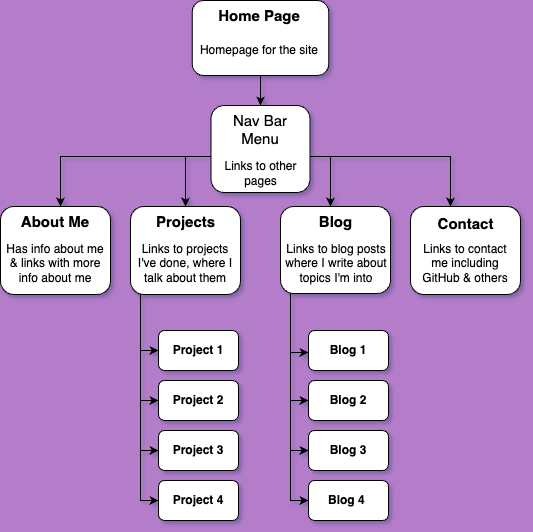
Earlier version of the draw.io export docs/Sitemap & Wireframes/T1A2_Portfolio Sitemap.png (k8-g/T1A2-Portfolio). Source tidied: cells renumbered, new cells last; positions are measured from the earlier drawing's top-left corner, leaving out a move shared by most shapes. Its diagram source:
```xml
<mxGraphModel background="#b47dca" shadow="1">
  <root>
    <mxCell id="0" />
    <mxCell id="1" parent="0" />
    <mxCell id="2" style="edgeStyle=orthogonalEdgeStyle;rounded=0;jettySize=auto;html=1;" parent="1" edge="1" source="5" target="6">
      <mxGeometry relative="1" as="geometry">
        <Array as="points">
          <mxPoint x="260" y="156" />
          <mxPoint x="60" y="156" />
        </Array>
      </mxGeometry>
    </mxCell>
    <mxCell id="3" style="edgeStyle=orthogonalEdgeStyle;rounded=0;jettySize=auto;html=1;" parent="1" edge="1" source="5" target="11">
      <mxGeometry relative="1" as="geometry">
        <Array as="points">
          <mxPoint x="260" y="156" />
          <mxPoint x="185" y="156" />
        </Array>
      </mxGeometry>
    </mxCell>
    <mxCell id="4" style="edgeStyle=orthogonalEdgeStyle;rounded=0;orthogonalLoop=1;jettySize=auto;html=1;" parent="1" edge="1">
      <mxGeometry relative="1" as="geometry">
        <mxPoint x="335" y="156" as="sourcePoint" />
        <mxPoint x="450" y="206" as="targetPoint" />
        <Array as="points">
          <mxPoint x="260" y="156" />
          <mxPoint x="450" y="156" />
        </Array>
      </mxGeometry>
    </mxCell>
    <mxCell id="5" value="&lt;h3&gt;&lt;br&gt;&lt;/h3&gt;" style="rounded=1;whiteSpace=wrap;html=1;" parent="1" vertex="1">
      <mxGeometry x="191.8" width="136.5" height="75" as="geometry" />
    </mxCell>
    <mxCell id="6" style="whiteSpace=wrap;html=1;rounded=1;" parent="1" vertex="1">
      <mxGeometry y="206" width="110" height="88" as="geometry" />
    </mxCell>
    <mxCell id="7" style="edgeStyle=orthogonalEdgeStyle;rounded=0;jettySize=auto;html=1;" parent="1" edge="1" source="11" target="24">
      <mxGeometry relative="1" as="geometry">
        <Array as="points">
          <mxPoint x="140" y="350" />
        </Array>
      </mxGeometry>
    </mxCell>
    <mxCell id="8" style="edgeStyle=orthogonalEdgeStyle;rounded=0;jettySize=auto;html=1;entryX=0;entryY=0.5;entryDx=0;entryDy=0;" parent="1" edge="1" source="11" target="23">
      <mxGeometry relative="1" as="geometry">
        <Array as="points">
          <mxPoint x="140" y="400" />
        </Array>
      </mxGeometry>
    </mxCell>
    <mxCell id="9" style="edgeStyle=orthogonalEdgeStyle;rounded=0;jettySize=auto;html=1;entryX=0;entryY=0.5;entryDx=0;entryDy=0;" parent="1" edge="1" source="11" target="25">
      <mxGeometry relative="1" as="geometry">
        <Array as="points">
          <mxPoint x="140" y="450" />
        </Array>
      </mxGeometry>
    </mxCell>
    <mxCell id="10" style="edgeStyle=orthogonalEdgeStyle;rounded=0;jettySize=auto;html=1;entryX=0;entryY=0.5;entryDx=0;entryDy=0;" parent="1" edge="1" source="11" target="26">
      <mxGeometry relative="1" as="geometry">
        <Array as="points">
          <mxPoint x="140" y="500" />
        </Array>
      </mxGeometry>
    </mxCell>
    <mxCell id="11" style="whiteSpace=wrap;html=1;rounded=1;" parent="1" vertex="1">
      <mxGeometry x="130" y="206" width="110" height="88" as="geometry" />
    </mxCell>
    <mxCell id="12" style="whiteSpace=wrap;html=1;rounded=1;" parent="1" vertex="1">
      <mxGeometry x="410" y="206" width="110" height="88" as="geometry" />
    </mxCell>
    <mxCell id="13" style="edgeStyle=orthogonalEdgeStyle;rounded=0;jettySize=auto;html=1;" parent="1" edge="1" source="5">
      <mxGeometry relative="1" as="geometry">
        <mxPoint x="260" y="136" as="targetPoint" />
      </mxGeometry>
    </mxCell>
    <mxCell id="14" style="edgeStyle=orthogonalEdgeStyle;rounded=0;jettySize=auto;html=1;" parent="1" edge="1" source="5">
      <mxGeometry relative="1" as="geometry">
        <mxPoint x="260" y="136" as="targetPoint" />
      </mxGeometry>
    </mxCell>
    <mxCell id="15" style="edgeStyle=orthogonalEdgeStyle;rounded=0;jettySize=auto;html=1;" parent="1" edge="1" source="5">
      <mxGeometry relative="1" as="geometry">
        <mxPoint x="260" y="136" as="targetPoint" />
      </mxGeometry>
    </mxCell>
    <mxCell id="16" style="edgeStyle=orthogonalEdgeStyle;rounded=0;jettySize=auto;html=1;" parent="1" edge="1" source="5" target="18">
      <mxGeometry relative="1" as="geometry" />
    </mxCell>
    <mxCell id="17" style="edgeStyle=orthogonalEdgeStyle;rounded=0;jettySize=auto;html=1;" parent="1" edge="1" source="18" target="22">
      <mxGeometry relative="1" as="geometry">
        <Array as="points">
          <mxPoint x="330" y="156" />
        </Array>
      </mxGeometry>
    </mxCell>
    <mxCell id="18" style="rounded=1;whiteSpace=wrap;html=1;" parent="1" vertex="1">
      <mxGeometry x="210.5" y="105" width="99" height="87" as="geometry" />
    </mxCell>
    <mxCell id="19" style="edgeStyle=orthogonalEdgeStyle;rounded=0;jettySize=auto;html=1;entryX=0;entryY=0.5;entryDx=0;entryDy=0;" parent="1" edge="1" source="22" target="30">
      <mxGeometry relative="1" as="geometry">
        <Array as="points">
          <mxPoint x="290" y="500" />
        </Array>
      </mxGeometry>
    </mxCell>
    <mxCell id="20" style="edgeStyle=orthogonalEdgeStyle;rounded=0;jettySize=auto;html=1;entryX=0;entryY=0.5;entryDx=0;entryDy=0;" parent="1" edge="1" source="22" target="29">
      <mxGeometry relative="1" as="geometry">
        <Array as="points">
          <mxPoint x="290" y="450" />
        </Array>
      </mxGeometry>
    </mxCell>
    <mxCell id="21" style="edgeStyle=orthogonalEdgeStyle;rounded=0;jettySize=auto;html=1;entryX=0;entryY=0.5;entryDx=0;entryDy=0;" parent="1" edge="1" source="22" target="27">
      <mxGeometry relative="1" as="geometry">
        <Array as="points">
          <mxPoint x="290" y="400" />
        </Array>
      </mxGeometry>
    </mxCell>
    <mxCell id="22" style="whiteSpace=wrap;html=1;rounded=1;" parent="1" vertex="1">
      <mxGeometry x="280" y="206" width="110" height="87" as="geometry" />
    </mxCell>
    <mxCell id="23" value="&lt;b&gt;Project 2&lt;/b&gt;" style="whiteSpace=wrap;html=1;rounded=1;" parent="1" vertex="1">
      <mxGeometry x="158" y="380" width="80" height="40" as="geometry" />
    </mxCell>
    <mxCell id="24" style="whiteSpace=wrap;html=1;rounded=1;" parent="1" vertex="1">
      <mxGeometry x="158" y="330" width="80" height="40" as="geometry" />
    </mxCell>
    <mxCell id="25" value="&lt;b&gt;Project 3&lt;/b&gt;" style="whiteSpace=wrap;html=1;rounded=1;" parent="1" vertex="1">
      <mxGeometry x="158" y="430" width="80" height="40" as="geometry" />
    </mxCell>
    <mxCell id="26" value="&lt;b&gt;Project 4&lt;/b&gt;" style="whiteSpace=wrap;html=1;rounded=1;" parent="1" vertex="1">
      <mxGeometry x="158" y="480" width="80" height="40" as="geometry" />
    </mxCell>
    <mxCell id="27" value="&lt;b&gt;Blog 2&lt;/b&gt;" style="whiteSpace=wrap;html=1;rounded=1;" parent="1" vertex="1">
      <mxGeometry x="308" y="380" width="80" height="40" as="geometry" />
    </mxCell>
    <mxCell id="28" value="&lt;b&gt;Blog 1&lt;/b&gt;" style="whiteSpace=wrap;html=1;rounded=1;" parent="1" vertex="1">
      <mxGeometry x="308" y="330" width="80" height="40" as="geometry" />
    </mxCell>
    <mxCell id="29" value="&lt;b&gt;Blog 3&lt;/b&gt;" style="whiteSpace=wrap;html=1;rounded=1;" parent="1" vertex="1">
      <mxGeometry x="308" y="430" width="80" height="40" as="geometry" />
    </mxCell>
    <mxCell id="30" value="&lt;b&gt;Blog 4&amp;nbsp;&lt;/b&gt;" style="whiteSpace=wrap;html=1;rounded=1;" parent="1" vertex="1">
      <mxGeometry x="308" y="480" width="80" height="40" as="geometry" />
    </mxCell>
    <mxCell id="31" value="Homepage for the site" style="text;strokeColor=none;align=center;fillColor=none;html=1;verticalAlign=middle;whiteSpace=wrap;rounded=0;" parent="1" vertex="1">
      <mxGeometry x="198.1" y="35" width="121.5" height="30" as="geometry" />
    </mxCell>
    <mxCell id="32" value="&lt;font style=&quot;font-size: 15px;&quot;&gt;Nav Bar Menu&lt;/font&gt;" style="text;strokeColor=none;align=center;fillColor=none;html=1;verticalAlign=middle;whiteSpace=wrap;rounded=0;" parent="1" vertex="1">
      <mxGeometry x="216.9" y="114" width="86.1" height="30" as="geometry" />
    </mxCell>
    <mxCell id="33" value="&lt;b&gt;&lt;font style=&quot;font-size: 15px;&quot;&gt;Home Page&lt;/font&gt;&lt;/b&gt;" style="text;strokeColor=none;align=center;fillColor=none;html=1;verticalAlign=middle;whiteSpace=wrap;rounded=0;" parent="1" vertex="1">
      <mxGeometry x="191.8" width="134.2" height="30" as="geometry" />
    </mxCell>
    <mxCell id="34" value="Links to other pages" style="text;strokeColor=none;align=center;fillColor=none;html=1;verticalAlign=middle;whiteSpace=wrap;rounded=0;" parent="1" vertex="1">
      <mxGeometry x="210.5" y="156" width="98.5" height="34" as="geometry" />
    </mxCell>
    <mxCell id="35" value="&lt;b&gt;&lt;font style=&quot;font-size: 15px;&quot;&gt;About Me&lt;/font&gt;&lt;/b&gt;" style="text;strokeColor=none;align=center;fillColor=none;html=1;verticalAlign=middle;whiteSpace=wrap;rounded=0;" parent="1" vertex="1">
      <mxGeometry x="1" y="206" width="108" height="30" as="geometry" />
    </mxCell>
    <mxCell id="36" value="Has info about me &amp;amp; links with more info about me" style="text;strokeColor=none;align=center;fillColor=none;html=1;verticalAlign=middle;whiteSpace=wrap;rounded=0;" parent="1" vertex="1">
      <mxGeometry y="246" width="110" height="34" as="geometry" />
    </mxCell>
    <mxCell id="37" style="edgeStyle=orthogonalEdgeStyle;rounded=0;orthogonalLoop=1;jettySize=auto;html=1;" parent="1" edge="1">
      <mxGeometry relative="1" as="geometry">
        <mxPoint x="290" y="295" as="sourcePoint" />
        <mxPoint x="308" y="352" as="targetPoint" />
        <Array as="points">
          <mxPoint x="290" y="352" />
        </Array>
      </mxGeometry>
    </mxCell>
    <mxCell id="38" value="&lt;span style=&quot;font-size: 15px;&quot;&gt;&lt;b&gt;Projects&lt;/b&gt;&lt;/span&gt;" style="text;strokeColor=none;align=center;fillColor=none;html=1;verticalAlign=middle;whiteSpace=wrap;rounded=0;" parent="1" vertex="1">
      <mxGeometry x="130" y="206" width="111" height="30" as="geometry" />
    </mxCell>
    <mxCell id="39" value="&lt;b&gt;&lt;font style=&quot;font-size: 15px;&quot;&gt;Blog&lt;/font&gt;&lt;/b&gt;" style="text;strokeColor=none;align=center;fillColor=none;html=1;verticalAlign=middle;whiteSpace=wrap;rounded=0;" parent="1" vertex="1">
      <mxGeometry x="280" y="206" width="111" height="30" as="geometry" />
    </mxCell>
    <mxCell id="40" value="&lt;b&gt;&lt;font style=&quot;font-size: 15px;&quot;&gt;Contact&lt;/font&gt;&lt;/b&gt;" style="text;strokeColor=none;align=center;fillColor=none;html=1;verticalAlign=middle;whiteSpace=wrap;rounded=0;" parent="1" vertex="1">
      <mxGeometry x="410" y="208" width="111" height="30" as="geometry" />
    </mxCell>
    <mxCell id="41" value="Links to contact me including GitHub &amp;amp; others" style="text;strokeColor=none;align=center;fillColor=none;html=1;verticalAlign=middle;whiteSpace=wrap;rounded=0;" parent="1" vertex="1">
      <mxGeometry x="413" y="246" width="104" height="34" as="geometry" />
    </mxCell>
    <mxCell id="42" value="Links to blog posts where I write about topics I'm into" style="text;strokeColor=none;align=center;fillColor=none;html=1;verticalAlign=middle;whiteSpace=wrap;rounded=0;" parent="1" vertex="1">
      <mxGeometry x="284" y="246" width="104" height="34" as="geometry" />
    </mxCell>
    <mxCell id="43" value="Links to projects I've done, where I talk about them" style="text;strokeColor=none;align=center;fillColor=none;html=1;verticalAlign=middle;whiteSpace=wrap;rounded=0;" parent="1" vertex="1">
      <mxGeometry x="133" y="246" width="104" height="34" as="geometry" />
    </mxCell>
    <mxCell id="44" value="&lt;b&gt;Project 1&lt;/b&gt;" style="text;strokeColor=none;align=center;fillColor=none;html=1;verticalAlign=middle;whiteSpace=wrap;rounded=0;" parent="1" vertex="1">
      <mxGeometry x="168" y="335" width="60" height="30" as="geometry" />
    </mxCell>
  </root>
</mxGraphModel>
```
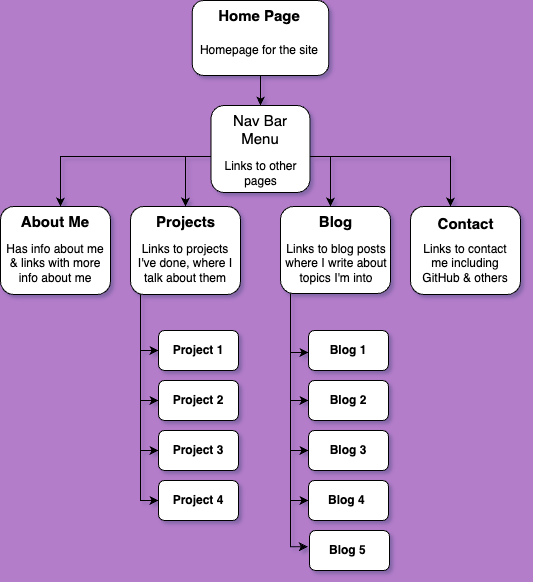
After the change.

The edit, as a diff of the source:
```diff
@@ -117,6 +117,13 @@
         </Array>
       </mxGeometry>
     </mxCell>
+    <mxCell id="45" style="edgeStyle=orthogonalEdgeStyle;rounded=0;jettySize=auto;html=1;entryX=-0.021;entryY=0.408;entryDx=0;entryDy=0;entryPerimeter=0;" parent="1" edge="1" source="22" target="46">
+      <mxGeometry relative="1" as="geometry">
+        <Array as="points">
+          <mxPoint x="290" y="546" />
+        </Array>
+      </mxGeometry>
+    </mxCell>
     <mxCell id="22" style="whiteSpace=wrap;html=1;rounded=1;" parent="1" vertex="1">
       <mxGeometry x="280" y="206" width="110" height="87" as="geometry" />
     </mxCell>
@@ -192,5 +199,8 @@
     <mxCell id="44" value="&lt;b&gt;Project 1&lt;/b&gt;" style="text;strokeColor=none;align=center;fillColor=none;html=1;verticalAlign=middle;whiteSpace=wrap;rounded=0;" parent="1" vertex="1">
       <mxGeometry x="168" y="335" width="60" height="30" as="geometry" />
     </mxCell>
+    <mxCell id="46" value="&lt;b&gt;Blog 5&amp;nbsp;&lt;/b&gt;" style="whiteSpace=wrap;html=1;rounded=1;" parent="1" vertex="1">
+      <mxGeometry x="309" y="530" width="80" height="40" as="geometry" />
+    </mxCell>
   </root>
 </mxGraphModel>
```
